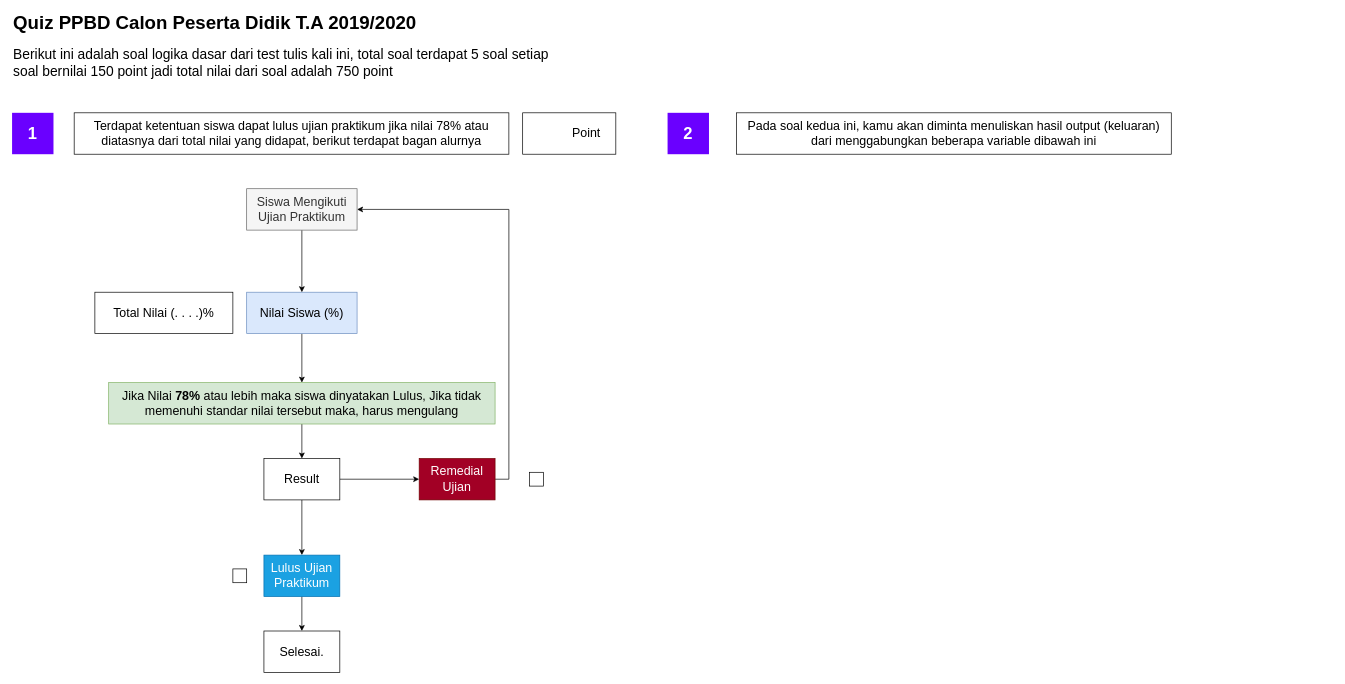
Above: soal-ppbd-siswa.drawio in codedadu/Quiz-PPBD (draw.io), before the change. Source tidied: cells renumbered, new cells numbered last; positions are measured from the earlier drawing's top-left corner, leaving out a move shared by most shapes. Both pictures are drawn from the tidied source at 69%, with x=0, y=0 at pixel (12, 16).
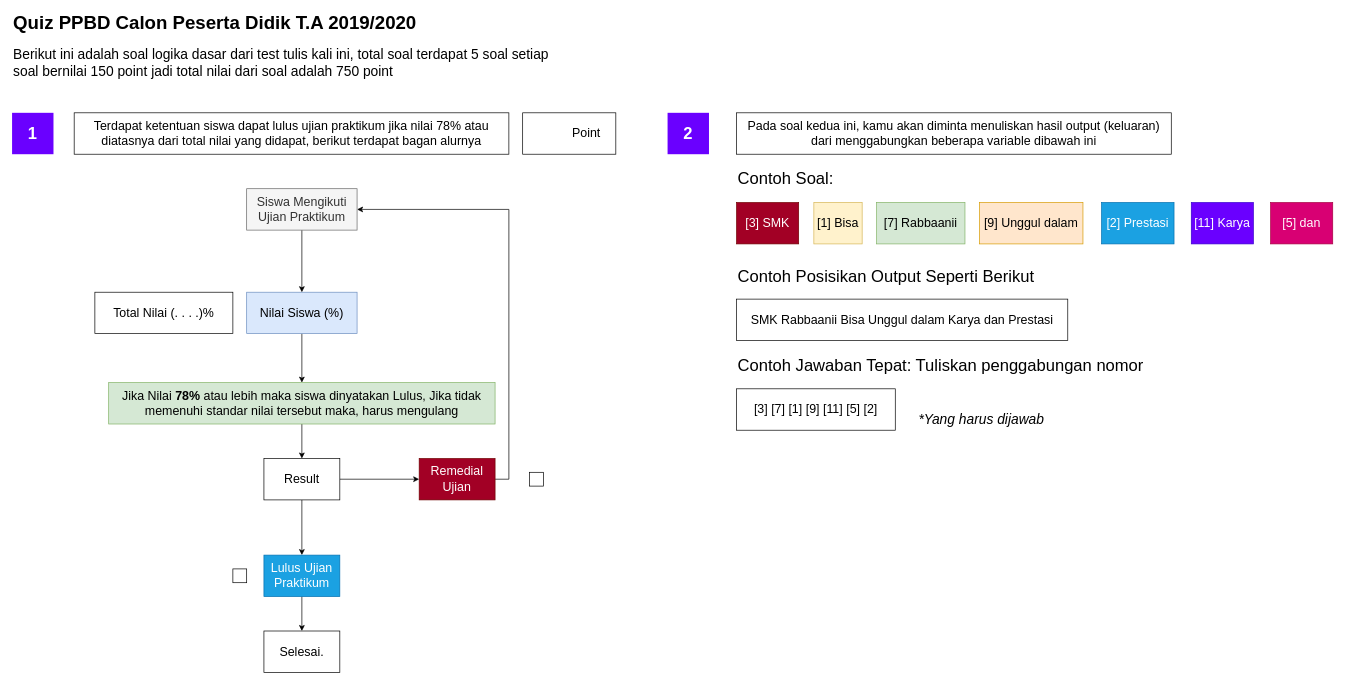
Above is the later version.

Commit message (it also covers changes not shown here):
Soal PPBD Tahun Ajarang 2019-2020 Gelombang 1 | Build 10

Diff of the diagram source:
```diff
@@
+    <mxCell id="26" value="&lt;font style=&quot;font-size: 24px&quot;&gt;Contoh Soal:&lt;/font&gt;" style="text;html=1;align=left;verticalAlign=top;spacingTop=-4;" parent="1" vertex="1">
+      <mxGeometry x="1050" y="218" width="150" height="20" as="geometry" />
+    </mxCell>
+    <mxCell id="27" value="[3] SMK" style="rounded=0;whiteSpace=wrap;html=1;fontSize=18;align=center;fontStyle=0;fillColor=#a20025;strokeColor=#6F0000;fontColor=#ffffff;" parent="1" vertex="1">
+      <mxGeometry x="1050" y="270" width="90" height="60" as="geometry" />
+    </mxCell>
+    <mxCell id="28" value="[1] Bisa" style="rounded=0;whiteSpace=wrap;html=1;fontSize=18;align=center;fontStyle=0;fillColor=#fff2cc;strokeColor=#d6b656;" parent="1" vertex="1">
+      <mxGeometry x="1162" y="270" width="70" height="60" as="geometry" />
+    </mxCell>
+    <mxCell id="29" value="[7] Rabbaanii" style="rounded=0;whiteSpace=wrap;html=1;fontSize=18;align=center;fontStyle=0;fillColor=#d5e8d4;strokeColor=#82b366;" parent="1" vertex="1">
+      <mxGeometry x="1253" y="270" width="128" height="60" as="geometry" />
+    </mxCell>
+    <mxCell id="30" value="[9] Unggul dalam" style="rounded=0;whiteSpace=wrap;html=1;fontSize=18;align=center;fontStyle=0;fillColor=#ffe6cc;strokeColor=#d79b00;" parent="1" vertex="1">
+      <mxGeometry x="1402" y="270" width="150" height="60" as="geometry" />
+    </mxCell>
+    <mxCell id="31" value="[2] Prestasi" style="rounded=0;whiteSpace=wrap;html=1;fontSize=18;align=center;fontStyle=0;fillColor=#1ba1e2;strokeColor=#006EAF;fontColor=#ffffff;" parent="1" vertex="1">
+      <mxGeometry x="1579" y="270" width="105" height="60" as="geometry" />
+    </mxCell>
+    <mxCell id="32" value="[11] Karya" style="rounded=0;whiteSpace=wrap;html=1;fontSize=18;align=center;fontStyle=0;fillColor=#6a00ff;strokeColor=#3700CC;fontColor=#ffffff;" parent="1" vertex="1">
+      <mxGeometry x="1709" y="270" width="90" height="60" as="geometry" />
+    </mxCell>
+    <mxCell id="33" value="SMK Rabbaanii Bisa Unggul dalam Karya dan Prestasi" style="rounded=0;whiteSpace=wrap;html=1;fontSize=18;align=center;fontStyle=0;" parent="1" vertex="1">
+      <mxGeometry x="1050" y="410" width="480" height="60" as="geometry" />
+    </mxCell>
+    <mxCell id="34" value="&lt;font style=&quot;font-size: 24px&quot;&gt;Contoh Posisikan Output Seperti Berikut&lt;/font&gt;" style="text;html=1;align=left;verticalAlign=top;spacingTop=-4;" parent="1" vertex="1">
+      <mxGeometry x="1050" y="360" width="450" height="20" as="geometry" />
+    </mxCell>
+    <mxCell id="35" value="[5] dan" style="rounded=0;whiteSpace=wrap;html=1;fontSize=18;align=center;fontStyle=0;fillColor=#d80073;strokeColor=#A50040;fontColor=#ffffff;" parent="1" vertex="1">
+      <mxGeometry x="1824" y="270" width="90" height="60" as="geometry" />
+    </mxCell>
+    <mxCell id="36" value="&lt;font style=&quot;font-size: 24px&quot;&gt;Contoh Jawaban Tepat: Tuliskan penggabungan nomor&lt;/font&gt;" style="text;html=1;align=left;verticalAlign=top;spacingTop=-4;" parent="1" vertex="1">
+      <mxGeometry x="1050" y="490" width="600" height="20" as="geometry" />
+    </mxCell>
+    <mxCell id="37" value="[3] [7]&amp;nbsp;[1]&amp;nbsp;[9]&amp;nbsp;[11]&amp;nbsp;[5]&amp;nbsp;[2]" style="rounded=0;whiteSpace=wrap;html=1;fontSize=18;align=center;fontStyle=0;" parent="1" vertex="1">
+      <mxGeometry x="1050" y="540" width="230" height="60" as="geometry" />
+    </mxCell>
+    <mxCell id="38" value="&lt;font style=&quot;font-size: 20px&quot;&gt;&lt;i&gt;*Yang harus dijawab&lt;/i&gt;&lt;/font&gt;" style="text;html=1;align=left;verticalAlign=top;spacingTop=-4;" parent="1" vertex="1">
+      <mxGeometry x="1312" y="570" width="200" height="20" as="geometry" />
+    </mxCell>
```
